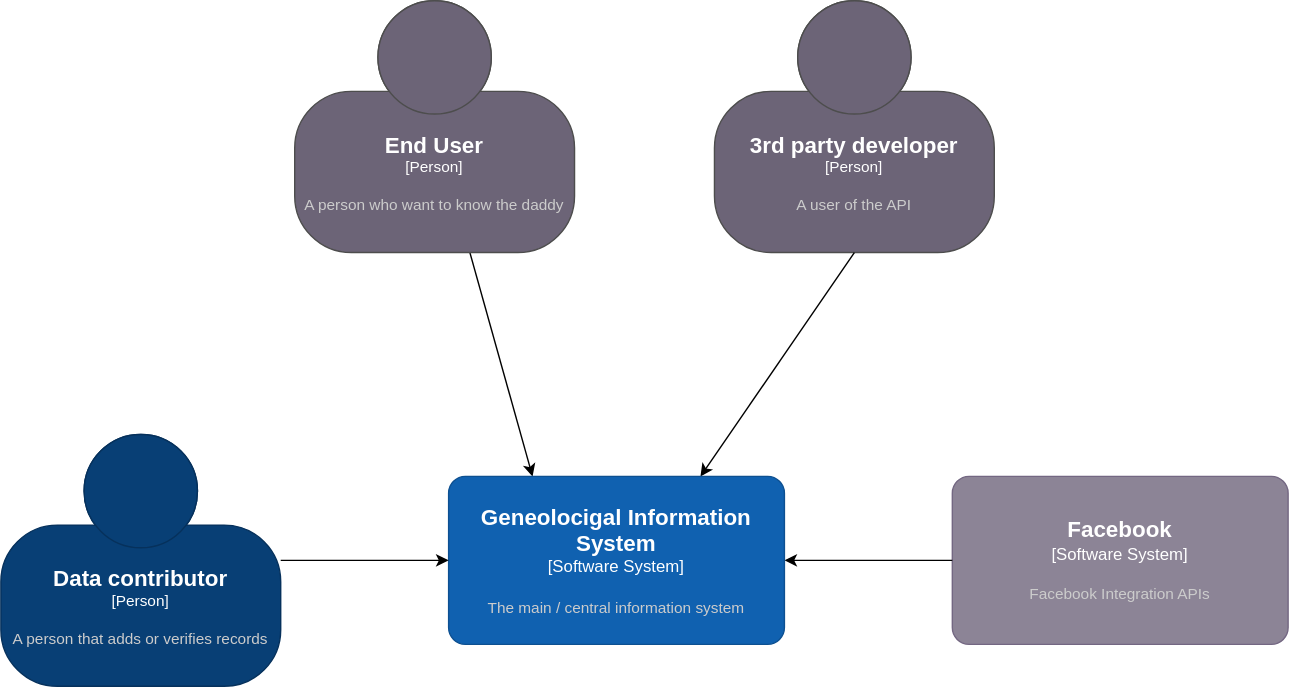
Above: docs/archi/img/daddy-system-context.drawio.svg in yostane/lectures (draw.io), before the change. Source tidied: cells renumbered, new cells last; positions are measured from the earlier drawing's top-left corner, leaving out a move shared by most shapes. The source it was exported from:
```xml
<mxGraphModel>
  <root>
    <mxCell id="0" />
    <mxCell id="1" parent="0" />
    <mxCell id="2" style="edgeStyle=none;html=1;entryX=0.25;entryY=0;entryDx=0;entryDy=0;entryPerimeter=0;" parent="1" edge="1" source="3" target="9">
      <mxGeometry relative="1" as="geometry" />
    </mxCell>
    <object id="3" label="&lt;font style=&quot;font-size: 16px&quot;&gt;&lt;b&gt;%c4Name%&lt;/b&gt;&lt;/font&gt;&lt;div&gt;[%c4Type%]&lt;/div&gt;&lt;br&gt;&lt;div&gt;&lt;font style=&quot;font-size: 11px&quot;&gt;&lt;font color=&quot;#cccccc&quot;&gt;%c4Description%&lt;/font&gt;&lt;/div&gt;" c4Description="A person who want to know the daddy" c4Name="End User" c4Type="Person" placeholders="1">
      <mxCell style="html=1;fontSize=11;dashed=0;whiteSpace=wrap;fillColor=#6C6477;strokeColor=#4D4D4D;fontColor=#ffffff;shape=mxgraph.c4.person2;align=center;points=[[0.5,0,0],[1,0.5,0],[1,0.75,0],[0.75,1,0],[0.5,1,0],[0.25,1,0],[0,0.75,0],[0,0.5,0]];" parent="1" vertex="1">
        <mxGeometry x="210" width="200" height="180" as="geometry" />
      </mxCell>
    </object>
    <object id="4" label="&lt;font style=&quot;font-size: 16px&quot;&gt;&lt;b&gt;%c4Name%&lt;/b&gt;&lt;/font&gt;&lt;div&gt;[%c4Type%]&lt;/div&gt;&lt;br&gt;&lt;div&gt;&lt;font style=&quot;font-size: 11px&quot;&gt;&lt;font color=&quot;#cccccc&quot;&gt;%c4Description%&lt;/font&gt;&lt;/div&gt;" c4Description="A user of the API" c4Name="3rd party developer" c4Type="Person" placeholders="1">
      <mxCell style="html=1;fontSize=11;dashed=0;whiteSpace=wrap;fillColor=#6C6477;strokeColor=#4D4D4D;fontColor=#ffffff;shape=mxgraph.c4.person2;align=center;points=[[0.5,0,0],[1,0.5,0],[1,0.75,0],[0.75,1,0],[0.5,1,0],[0.25,1,0],[0,0.75,0],[0,0.5,0]];" parent="1" vertex="1">
        <mxGeometry x="510" width="200" height="180" as="geometry" />
      </mxCell>
    </object>
    <object id="5" label="&lt;font style=&quot;font-size: 16px&quot;&gt;&lt;b&gt;%c4Name%&lt;/b&gt;&lt;/font&gt;&lt;div&gt;[%c4Type%]&lt;/div&gt;&lt;br&gt;&lt;div&gt;&lt;font style=&quot;font-size: 11px&quot;&gt;&lt;font color=&quot;#cccccc&quot;&gt;%c4Description%&lt;/font&gt;&lt;/div&gt;" c4Description="A person that adds or verifies records" c4Name="Data contributor" c4Type="Person" placeholders="1">
      <mxCell style="html=1;fontSize=11;dashed=0;whiteSpace=wrap;fillColor=#083F75;strokeColor=#06315C;fontColor=#ffffff;shape=mxgraph.c4.person2;align=center;points=[[0.5,0,0],[1,0.5,0],[1,0.75,0],[0.75,1,0],[0.5,1,0],[0.25,1,0],[0,0.75,0],[0,0.5,0]];" parent="1" vertex="1">
        <mxGeometry y="310" width="200" height="180" as="geometry" />
      </mxCell>
    </object>
    <object id="6" label="&lt;font style=&quot;font-size: 16px&quot;&gt;&lt;b&gt;%c4Name%&lt;/b&gt;&lt;/font&gt;&lt;div&gt;[%c4Type%]&lt;/div&gt;&lt;br&gt;&lt;div&gt;&lt;font style=&quot;font-size: 11px&quot;&gt;&lt;font color=&quot;#cccccc&quot;&gt;%c4Description%&lt;/font&gt;&lt;/div&gt;" c4Description="Facebook Integration APIs" c4Name="Facebook" c4Type="Software System" placeholders="1">
      <mxCell style="rounded=1;whiteSpace=wrap;html=1;labelBackgroundColor=none;fillColor=#8C8496;fontColor=#ffffff;align=center;arcSize=10;strokeColor=#736782;points=[[0.25,0,0],[0.5,0,0],[0.75,0,0],[1,0.25,0],[1,0.5,0],[1,0.75,0],[0.75,1,0],[0.5,1,0],[0.25,1,0],[0,0.75,0],[0,0.5,0],[0,0.25,0]];" parent="1" vertex="1">
        <mxGeometry x="680" y="340" width="240" height="120" as="geometry" />
      </mxCell>
    </object>
    <mxCell id="7" style="edgeStyle=none;html=1;entryX=0.75;entryY=0;entryDx=0;entryDy=0;entryPerimeter=0;exitX=0.5;exitY=1;exitDx=0;exitDy=0;exitPerimeter=0;" parent="1" edge="1" source="4" target="9">
      <mxGeometry relative="1" as="geometry" />
    </mxCell>
    <mxCell id="8" style="edgeStyle=none;html=1;exitX=0;exitY=0.5;exitDx=0;exitDy=0;exitPerimeter=0;" parent="1" edge="1" source="6" target="9">
      <mxGeometry relative="1" as="geometry" />
    </mxCell>
    <object id="9" label="&lt;font style=&quot;font-size: 16px&quot;&gt;&lt;b&gt;%c4Name%&lt;/b&gt;&lt;/font&gt;&lt;div&gt;[%c4Type%]&lt;/div&gt;&lt;br&gt;&lt;div&gt;&lt;font style=&quot;font-size: 11px&quot;&gt;&lt;font color=&quot;#cccccc&quot;&gt;%c4Description%&lt;/font&gt;&lt;/div&gt;" c4Description="The main / central information system" c4Name="Geneolocigal Information System" c4Type="Software System" placeholders="1">
      <mxCell style="rounded=1;whiteSpace=wrap;html=1;labelBackgroundColor=none;fillColor=#1061B0;fontColor=#ffffff;align=center;arcSize=10;strokeColor=#0D5091;points=[[0.25,0,0],[0.5,0,0],[0.75,0,0],[1,0.25,0],[1,0.5,0],[1,0.75,0],[0.75,1,0],[0.5,1,0],[0.25,1,0],[0,0.75,0],[0,0.5,0],[0,0.25,0]];" parent="1" vertex="1">
        <mxGeometry x="320" y="340" width="240" height="120" as="geometry" />
      </mxCell>
    </object>
    <mxCell id="10" style="edgeStyle=none;html=1;entryX=0;entryY=0.5;entryDx=0;entryDy=0;entryPerimeter=0;exitX=1;exitY=0.5;exitDx=0;exitDy=0;exitPerimeter=0;" parent="1" edge="1" source="5" target="9">
      <mxGeometry relative="1" as="geometry" />
    </mxCell>
  </root>
</mxGraphModel>
```
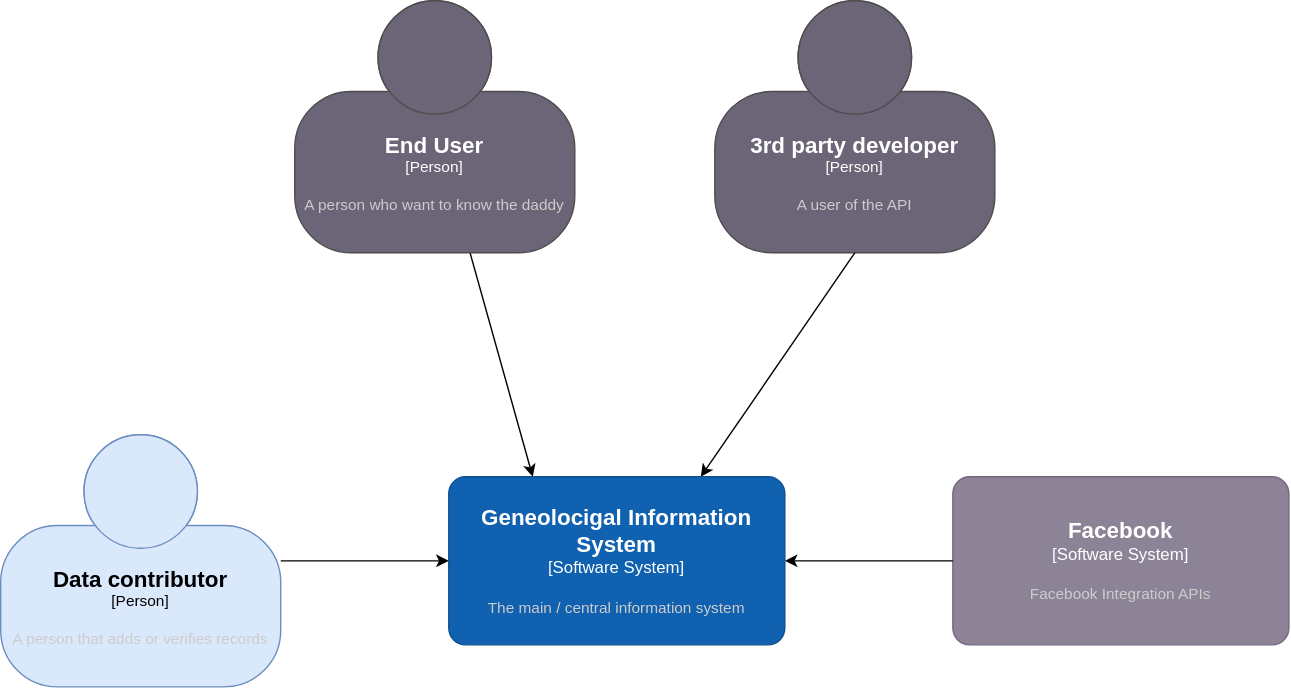
After the change.

Change to the diagram source:
```diff
@@ -16,7 +16,7 @@
       </mxCell>
     </object>
     <object id="5" label="&lt;font style=&quot;font-size: 16px&quot;&gt;&lt;b&gt;%c4Name%&lt;/b&gt;&lt;/font&gt;&lt;div&gt;[%c4Type%]&lt;/div&gt;&lt;br&gt;&lt;div&gt;&lt;font style=&quot;font-size: 11px&quot;&gt;&lt;font color=&quot;#cccccc&quot;&gt;%c4Description%&lt;/font&gt;&lt;/div&gt;" c4Description="A person that adds or verifies records" c4Name="Data contributor" c4Type="Person" placeholders="1">
-      <mxCell style="html=1;fontSize=11;dashed=0;whiteSpace=wrap;fillColor=#083F75;strokeColor=#06315C;fontColor=#ffffff;shape=mxgraph.c4.person2;align=center;points=[[0.5,0,0],[1,0.5,0],[1,0.75,0],[0.75,1,0],[0.5,1,0],[0.25,1,0],[0,0.75,0],[0,0.5,0]];" parent="1" vertex="1">
+      <mxCell style="html=1;fontSize=11;dashed=0;whiteSpace=wrap;fillColor=#dae8fc;strokeColor=#6c8ebf;shape=mxgraph.c4.person2;align=center;points=[[0.5,0,0],[1,0.5,0],[1,0.75,0],[0.75,1,0],[0.5,1,0],[0.25,1,0],[0,0.75,0],[0,0.5,0]];" parent="1" vertex="1">
         <mxGeometry y="310" width="200" height="180" as="geometry" />
       </mxCell>
     </object>
```
